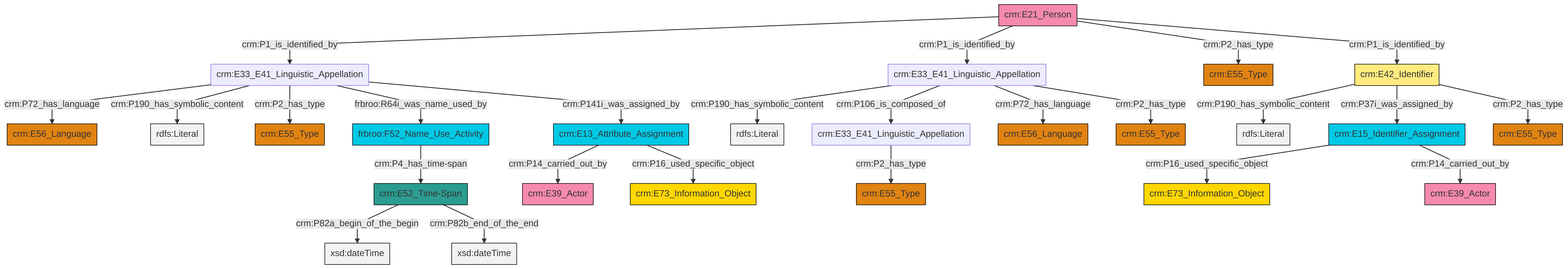
swiss-art-research-net/reference-data-models keeps this Mermaid diagram as et/personCSV/ttl/mmd/png/Person_Names_and_Classification.png. Above is the earlier version. Its source is kept beside it as et/personCSV/ttl/mmd/Person_Names_and_Classification.ttl.mmd.
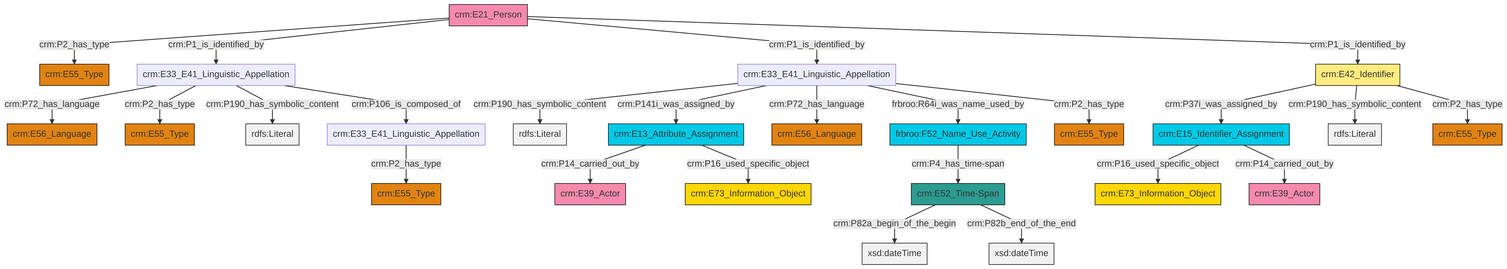
The same file after the commit.

Diff of the diagram source:
```diff
@@ -13,27 +13,27 @@
 classDef PC_Classes fill:#4ce600, stroke:#000000;
 classDef Multi fill:#cccccc,stroke:#000000;
 
-0["crm:E21_Person"]:::Actor -->|crm:P1_is_identified_by| 1["crm:E33_E41_Linguistic_Appellation"]:::Default
-6["crm:E33_E41_Linguistic_Appellation"]:::Default -->|crm:P190_has_symbolic_content| 19[rdfs:Literal]:::Literal
-14["crm:E13_Attribute_Assignment"]:::Temporal_Entity -->|crm:P14_carried_out_by| 20["crm:E39_Actor"]:::Actor
-21["crm:E15_Identifier_Assignment"]:::Temporal_Entity -->|crm:P16_used_specific_object| 12["crm:E73_Information_Object"]:::Conceptual_Object
-17["frbroo:F52_Name_Use_Activity"]:::Temporal_Entity -->|crm:P4_has_time-span| 24["crm:E52_Time-Span"]:::Time-Span
-14["crm:E13_Attribute_Assignment"]:::Temporal_Entity -->|crm:P16_used_specific_object| 25["crm:E73_Information_Object"]:::Conceptual_Object
-21["crm:E15_Identifier_Assignment"]:::Temporal_Entity -->|crm:P14_carried_out_by| 22["crm:E39_Actor"]:::Actor
-26["crm:E42_Identifier"]:::Appellation -->|crm:P190_has_symbolic_content| 27[rdfs:Literal]:::Literal
-26["crm:E42_Identifier"]:::Appellation -->|crm:P37i_was_assigned_by| 21["crm:E15_Identifier_Assignment"]:::Temporal_Entity
-6["crm:E33_E41_Linguistic_Appellation"]:::Default -->|crm:P106_is_composed_of| 2["crm:E33_E41_Linguistic_Appellation"]:::Default
-0["crm:E21_Person"]:::Actor -->|crm:P1_is_identified_by| 6["crm:E33_E41_Linguistic_Appellation"]:::Default
-24["crm:E52_Time-Span"]:::Time-Span -->|crm:P82a_begin_of_the_begin| 30[xsd:dateTime]:::Literal
-1["crm:E33_E41_Linguistic_Appellation"]:::Default -->|crm:P72_has_language| 4["crm:E56_Language"]:::Type
-2["crm:E33_E41_Linguistic_Appellation"]:::Default -->|crm:P2_has_type| 32["crm:E55_Type"]:::Type
-0["crm:E21_Person"]:::Actor -->|crm:P2_has_type| 33["crm:E55_Type"]:::Type
-26["crm:E42_Identifier"]:::Appellation -->|crm:P2_has_type| 8["crm:E55_Type"]:::Type
-0["crm:E21_Person"]:::Actor -->|crm:P1_is_identified_by| 26["crm:E42_Identifier"]:::Appellation
-1["crm:E33_E41_Linguistic_Appellation"]:::Default -->|crm:P190_has_symbolic_content| 36[rdfs:Literal]:::Literal
-1["crm:E33_E41_Linguistic_Appellation"]:::Default -->|crm:P2_has_type| 37["crm:E55_Type"]:::Type
-6["crm:E33_E41_Linguistic_Appellation"]:::Default -->|crm:P72_has_language| 10["crm:E56_Language"]:::Type
-24["crm:E52_Time-Span"]:::Time-Span -->|crm:P82b_end_of_the_end| 41[xsd:dateTime]:::Literal
-1["crm:E33_E41_Linguistic_Appellation"]:::Default -->|frbroo:R64i_was_name_used_by| 17["frbroo:F52_Name_Use_Activity"]:::Temporal_Entity
-1["crm:E33_E41_Linguistic_Appellation"]:::Default -->|crm:P141i_was_assigned_by| 14["crm:E13_Attribute_Assignment"]:::Temporal_Entity
-6["crm:E33_E41_Linguistic_Appellation"]:::Default -->|crm:P2_has_type| 39["crm:E55_Type"]:::Type
+0["frbroo:F52_Name_Use_Activity"]:::Temporal_Entity -->|crm:P4_has_time-span| 1["crm:E52_Time-Span"]:::Time-Span
+2["crm:E33_E41_Linguistic_Appellation"]:::Default -->|crm:P72_has_language| 3["crm:E56_Language"]:::Type
+5["crm:E42_Identifier"]:::Appellation -->|crm:P37i_was_assigned_by| 6["crm:E15_Identifier_Assignment"]:::Temporal_Entity
+7["crm:E13_Attribute_Assignment"]:::Temporal_Entity -->|crm:P14_carried_out_by| 8["crm:E39_Actor"]:::Actor
+14["crm:E21_Person"]:::Actor -->|crm:P2_has_type| 15["crm:E55_Type"]:::Type
+9["crm:E33_E41_Linguistic_Appellation"]:::Default -->|crm:P190_has_symbolic_content| 16[rdfs:Literal]:::Literal
+2["crm:E33_E41_Linguistic_Appellation"]:::Default -->|crm:P2_has_type| 18["crm:E55_Type"]:::Type
+2["crm:E33_E41_Linguistic_Appellation"]:::Default -->|crm:P190_has_symbolic_content| 22[rdfs:Literal]:::Literal
+14["crm:E21_Person"]:::Actor -->|crm:P1_is_identified_by| 2["crm:E33_E41_Linguistic_Appellation"]:::Default
+7["crm:E13_Attribute_Assignment"]:::Temporal_Entity -->|crm:P16_used_specific_object| 27["crm:E73_Information_Object"]:::Conceptual_Object
+2["crm:E33_E41_Linguistic_Appellation"]:::Default -->|crm:P106_is_composed_of| 11["crm:E33_E41_Linguistic_Appellation"]:::Default
+11["crm:E33_E41_Linguistic_Appellation"]:::Default -->|crm:P2_has_type| 28["crm:E55_Type"]:::Type
+6["crm:E15_Identifier_Assignment"]:::Temporal_Entity -->|crm:P16_used_specific_object| 29["crm:E73_Information_Object"]:::Conceptual_Object
+5["crm:E42_Identifier"]:::Appellation -->|crm:P190_has_symbolic_content| 31[rdfs:Literal]:::Literal
+1["crm:E52_Time-Span"]:::Time-Span -->|crm:P82a_begin_of_the_begin| 33[xsd:dateTime]:::Literal
+14["crm:E21_Person"]:::Actor -->|crm:P1_is_identified_by| 9["crm:E33_E41_Linguistic_Appellation"]:::Default
+5["crm:E42_Identifier"]:::Appellation -->|crm:P2_has_type| 35["crm:E55_Type"]:::Type
+14["crm:E21_Person"]:::Actor -->|crm:P1_is_identified_by| 5["crm:E42_Identifier"]:::Appellation
+9["crm:E33_E41_Linguistic_Appellation"]:::Default -->|crm:P141i_was_assigned_by| 7["crm:E13_Attribute_Assignment"]:::Temporal_Entity
+6["crm:E15_Identifier_Assignment"]:::Temporal_Entity -->|crm:P14_carried_out_by| 23["crm:E39_Actor"]:::Actor
+1["crm:E52_Time-Span"]:::Time-Span -->|crm:P82b_end_of_the_end| 40[xsd:dateTime]:::Literal
+9["crm:E33_E41_Linguistic_Appellation"]:::Default -->|crm:P72_has_language| 41["crm:E56_Language"]:::Type
+9["crm:E33_E41_Linguistic_Appellation"]:::Default -->|frbroo:R64i_was_name_used_by| 0["frbroo:F52_Name_Use_Activity"]:::Temporal_Entity
+9["crm:E33_E41_Linguistic_Appellation"]:::Default -->|crm:P2_has_type| 19["crm:E55_Type"]:::Type
```
